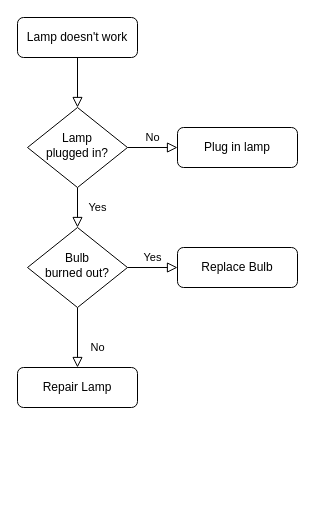
Above: Untitled Diagram.drawio in heroyoy/MyFirstProg (draw.io), before the change. Source tidied: cells renumbered, new cells numbered last; positions are measured from the earlier drawing's top-left corner, leaving out a move shared by most shapes. Both pictures are drawn from the tidied source at 100%, with x=0, y=0 at pixel (17, 17).
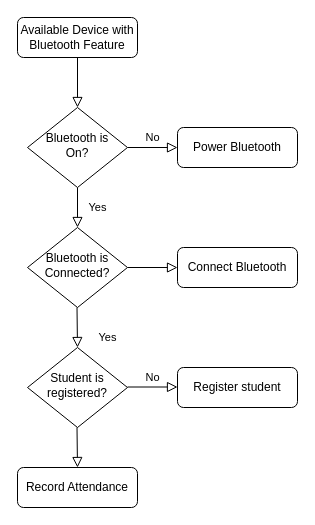
The same page after the edit.

Commit message:
Bluetooth attendance system version 1.0

The edit, as a diff of the source:
```diff
@@
-    <mxCell id="3" value="Lamp doesn't work" style="rounded=1;whiteSpace=wrap;html=1;fontSize=12;glass=0;strokeWidth=1;shadow=0;" parent="1" vertex="1">
+    <mxCell id="3" value="Available Device with Bluetooth Feature" style="rounded=1;whiteSpace=wrap;html=1;fontSize=12;glass=0;strokeWidth=1;shadow=0;" parent="1" vertex="1">
       <mxGeometry width="120" height="40" as="geometry" />
     </mxCell>
@@
-    <mxCell id="6" value="Lamp&lt;br&gt;plugged in?" style="rhombus;whiteSpace=wrap;html=1;shadow=0;fontFamily=Helvetica;fontSize=12;align=center;strokeWidth=1;spacing=6;spacingTop=-4;" parent="1" vertex="1">
+    <mxCell id="6" value="Bluetooth is &lt;br&gt;On?" style="rhombus;whiteSpace=wrap;html=1;shadow=0;fontFamily=Helvetica;fontSize=12;align=center;strokeWidth=1;spacing=6;spacingTop=-4;" parent="1" vertex="1">
       <mxGeometry x="10" y="90" width="100" height="80" as="geometry" />
     </mxCell>
-    <mxCell id="7" value="Plug in lamp" style="rounded=1;whiteSpace=wrap;html=1;fontSize=12;glass=0;strokeWidth=1;shadow=0;" parent="1" vertex="1">
+    <mxCell id="7" value="Power Bluetooth" style="rounded=1;whiteSpace=wrap;html=1;fontSize=12;glass=0;strokeWidth=1;shadow=0;" parent="1" vertex="1">
       <mxGeometry x="160" y="110" width="120" height="40" as="geometry" />
     </mxCell>
-    <mxCell id="8" value="No" style="rounded=0;html=1;jettySize=auto;fontSize=11;endArrow=block;endFill=0;endSize=8;strokeWidth=1;shadow=0;labelBackgroundColor=none;edgeStyle=orthogonalEdgeStyle;" parent="1" edge="1" source="10" target="11">
-      <mxGeometry x="0.33" y="20" relative="1" as="geometry" />
-    </mxCell>
     <mxCell id="9" value="Yes" style="edgeStyle=orthogonalEdgeStyle;rounded=0;html=1;jettySize=auto;fontSize=11;endArrow=block;endFill=0;endSize=8;strokeWidth=1;shadow=0;labelBackgroundColor=none;" parent="1" edge="1" source="10" target="12">
-      <mxGeometry y="10" relative="1" as="geometry" />
+      <mxGeometry x="-1" y="-73" relative="1" as="geometry">
+        <mxPoint x="-20" y="-3" as="offset" />
+      </mxGeometry>
     </mxCell>
-    <mxCell id="10" value="Bulb&lt;br&gt;burned out?" style="rhombus;whiteSpace=wrap;html=1;shadow=0;fontFamily=Helvetica;fontSize=12;align=center;strokeWidth=1;spacing=6;spacingTop=-4;" parent="1" vertex="1">
+    <mxCell id="10" value="Bluetooth is&lt;br&gt;Connected?" style="rhombus;whiteSpace=wrap;html=1;shadow=0;fontFamily=Helvetica;fontSize=12;align=center;strokeWidth=1;spacing=6;spacingTop=-4;" parent="1" vertex="1">
       <mxGeometry x="10" y="210" width="100" height="80" as="geometry" />
     </mxCell>
-    <mxCell id="11" value="Repair Lamp" style="rounded=1;whiteSpace=wrap;html=1;fontSize=12;glass=0;strokeWidth=1;shadow=0;" parent="1" vertex="1">
-      <mxGeometry y="350" width="120" height="40" as="geometry" />
+    <mxCell id="11" value="Record Attendance" style="rounded=1;whiteSpace=wrap;html=1;fontSize=12;glass=0;strokeWidth=1;shadow=0;" parent="1" vertex="1">
+      <mxGeometry y="450" width="120" height="40" as="geometry" />
     </mxCell>
-    <mxCell id="12" value="Replace Bulb" style="rounded=1;whiteSpace=wrap;html=1;fontSize=12;glass=0;strokeWidth=1;shadow=0;" parent="1" vertex="1">
+    <mxCell id="12" value="Connect Bluetooth" style="rounded=1;whiteSpace=wrap;html=1;fontSize=12;glass=0;strokeWidth=1;shadow=0;" parent="1" vertex="1">
       <mxGeometry x="160" y="230" width="120" height="40" as="geometry" />
     </mxCell>
+    <mxCell id="13" style="group;" parent="1" vertex="1">
+      <mxGeometry x="10" y="330" width="270" height="80" as="geometry" />
+    </mxCell>
+    <mxCell id="14" value="Student is registered?" style="rhombus;whiteSpace=wrap;html=1;shadow=0;fontFamily=Helvetica;fontSize=12;align=center;strokeWidth=1;spacing=6;spacingTop=-4;" parent="13" vertex="1">
+      <mxGeometry width="100" height="80" as="geometry" />
+    </mxCell>
+    <mxCell id="15" value="Register student" style="rounded=1;whiteSpace=wrap;html=1;fontSize=12;glass=0;strokeWidth=1;shadow=0;" parent="13" vertex="1">
+      <mxGeometry x="150" y="20" width="120" height="40" as="geometry" />
+    </mxCell>
+    <mxCell id="8" value="No" style="edgeStyle=orthogonalEdgeStyle;rounded=0;html=1;jettySize=auto;orthogonalLoop=1;fontSize=11;endArrow=block;endFill=0;endSize=8;strokeWidth=1;shadow=0;labelBackgroundColor=none;" parent="13" edge="1">
+      <mxGeometry y="10" relative="1" as="geometry">
+        <mxPoint x="100" y="39.5" as="sourcePoint" />
+        <mxPoint x="150" y="39.5" as="targetPoint" />
+      </mxGeometry>
+    </mxCell>
+    <mxCell id="16" style="endArrow=block;html=1;rounded=0;endFill=0;endSize=8;" parent="1" edge="1">
+      <mxGeometry relative="1" as="geometry">
+        <mxPoint x="59.5" y="290" as="sourcePoint" />
+        <mxPoint x="60" y="330" as="targetPoint" />
+      </mxGeometry>
+    </mxCell>
+    <mxCell id="17" style="endArrow=block;html=1;rounded=0;endFill=0;endSize=8;" parent="1" edge="1">
+      <mxGeometry relative="1" as="geometry">
+        <mxPoint x="59.5" y="410" as="sourcePoint" />
+        <mxPoint x="60" y="450" as="targetPoint" />
+      </mxGeometry>
+    </mxCell>
```
